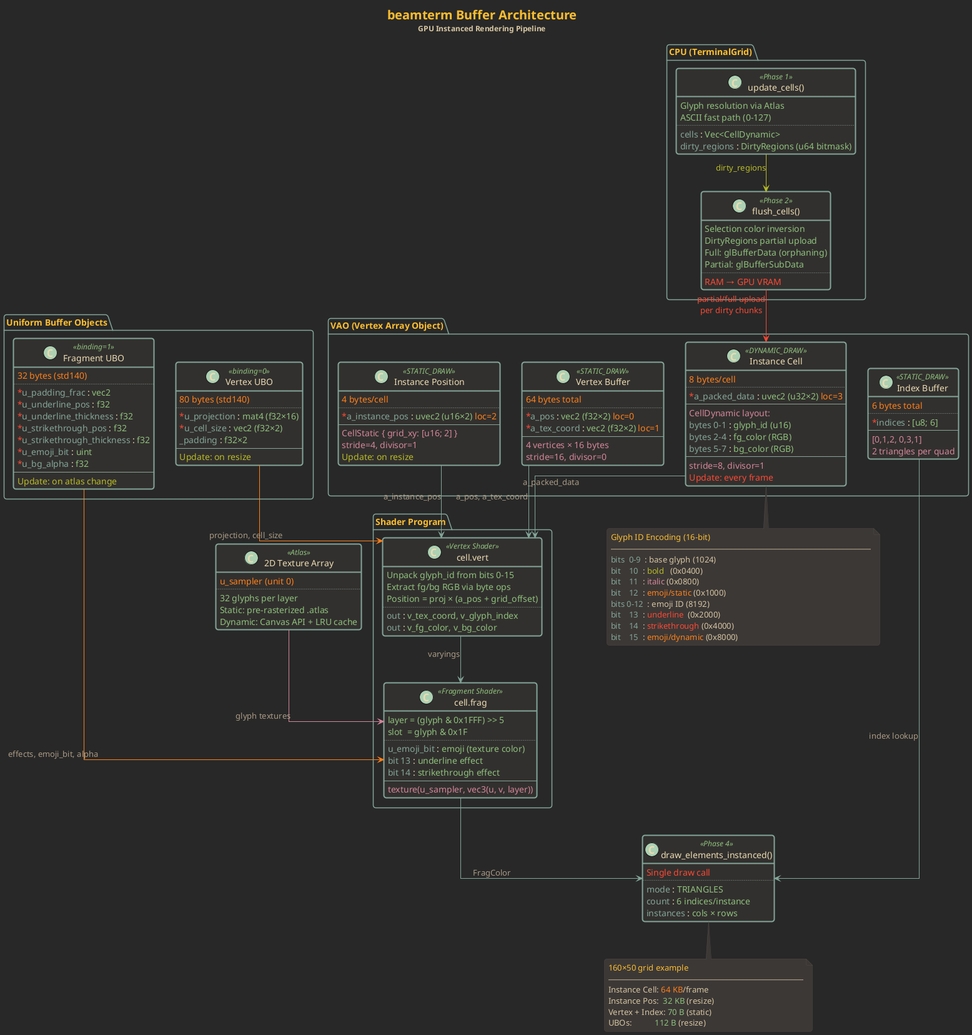
Above: docs/buffer_architecture.png in junkdog/beamterm (PlantUML), before the change.
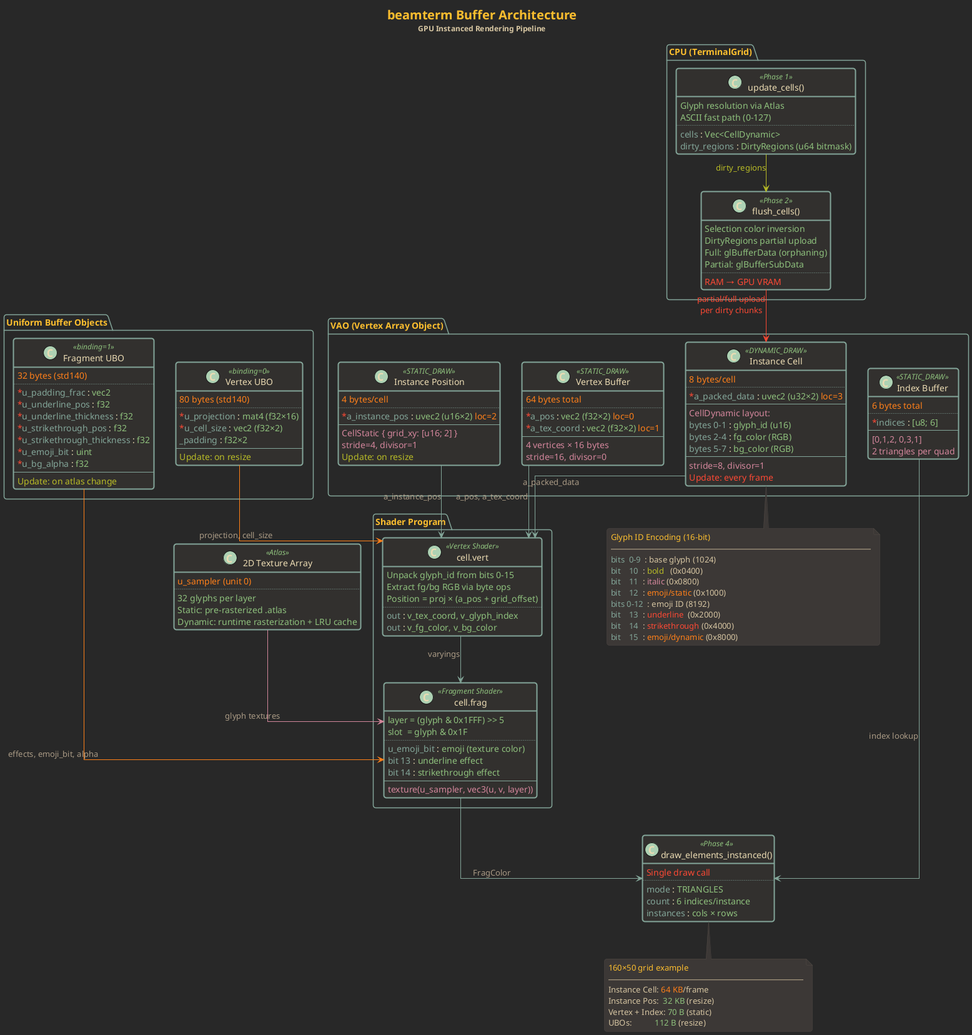
After the change.

Diff of the diagram source:
```diff
@@ -173,7 +173,7 @@
   ..
   <color:#8ec07c>32 glyphs per layer</color>
   <color:#8ec07c>Static: pre-rasterized .atlas</color>
-  <color:#8ec07c>Dynamic: Canvas API + LRU cache</color>
+  <color:#8ec07c>Dynamic: runtime rasterization + LRU cache</color>
 }
 
 
```
